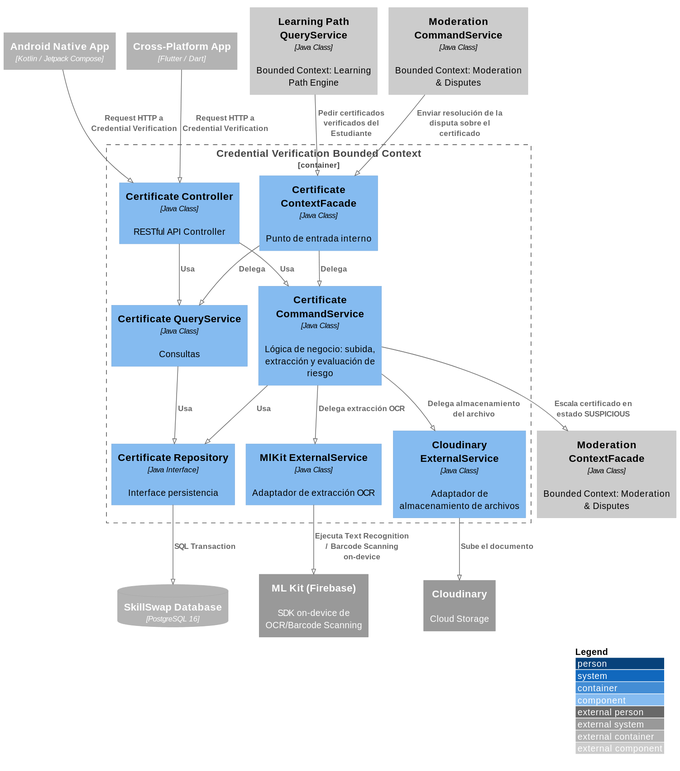
This is images-doc/CredentialVerificationComponent.svg from Aplicaciones-Dispositivos-Moviles/SkillSwap-ProjectReport, a PlantUML export, as it was before one commit. Its diagram source:
```plantuml
@startuml
!pragma layout smetana
!include https://raw.githubusercontent.com/plantuml-stdlib/C4-PlantUML/master/C4_Component.puml

LAYOUT_WITH_LEGEND()

Container_Ext(androidApp, "Android Native App", "Kotlin / Jetpack Compose")
Container_Ext(flutterApp, "Cross-Platform App", "Flutter / Dart")
ContainerDb_Ext(mainDB, "SkillSwap Database", "PostgreSQL 16")
System_Ext(mlKitService, "ML Kit (Firebase)", "SDK on-device de OCR/Barcode Scanning")
System_Ext(cloudStorage, "Cloudinary", "Cloud Storage")

Container_Boundary(credentialBC, "Credential Verification Bounded Context") {
    Component(certificateController, "Certificate Controller", "Java Class", "RESTful API Controller")
    Component(certificateCommandService, "Certificate CommandService", "Java Class", "Lógica de negocio: subida, extracción y evaluación de riesgo")
    Component(certificateQueryService, "Certificate QueryService", "Java Class", "Consultas")
    Component(certificateRepository, "Certificate Repository", "Java Interface", "Interface persistencia")
    Component(mlKitExtractorExternal, "MlKit ExternalService", "Java Class", "Adaptador de extracción OCR")
    Component(cloudinaryStorageExternal, "Cloudinary ExternalService", "Java Class", "Adaptador de almacenamiento de archivos")
    Component(certificateContextFacade, "Certificate ContextFacade", "Java Class", "Punto de entrada interno")
}

Component_Ext(moderationContextFacade, "Moderation ContextFacade", "Java Class", "Bounded Context: Moderation & Disputes")
Component_Ext(pathEngineQueryService, "Learning Path QueryService", "Java Class", "Bounded Context: Learning Path Engine")
Component_Ext(moderationCommandService, "Moderation CommandService", "Java Class", "Bounded Context: Moderation & Disputes")

Rel(androidApp, certificateController, "Request HTTP a Credential Verification")
Rel(flutterApp, certificateController, "Request HTTP a Credential Verification")
Rel(certificateController, certificateCommandService, "Usa")
Rel(certificateController, certificateQueryService, "Usa")
Rel(certificateCommandService, certificateRepository, "Usa")
Rel(certificateQueryService, certificateRepository, "Usa")
Rel(certificateRepository, mainDB, "SQL Transaction")

Rel(certificateCommandService, mlKitExtractorExternal, "Delega extracción OCR")
Rel(mlKitExtractorExternal, mlKitService, "Ejecuta Text Recognition / Barcode Scanning on-device")

Rel(certificateCommandService, cloudinaryStorageExternal, "Delega almacenamiento del archivo")
Rel(cloudinaryStorageExternal, cloudStorage, "Sube el documento")

Rel(certificateCommandService, moderationContextFacade, "Escala certificado en estado SUSPICIOUS")

Rel(certificateContextFacade, certificateCommandService, "Delega")
Rel(certificateContextFacade, certificateQueryService, "Delega")

Rel(pathEngineQueryService, certificateContextFacade, "Pedir certificados verificados del Estudiante")
Rel(moderationCommandService, certificateContextFacade, "Enviar resolución de la disputa sobre el certificado")
@enduml
```
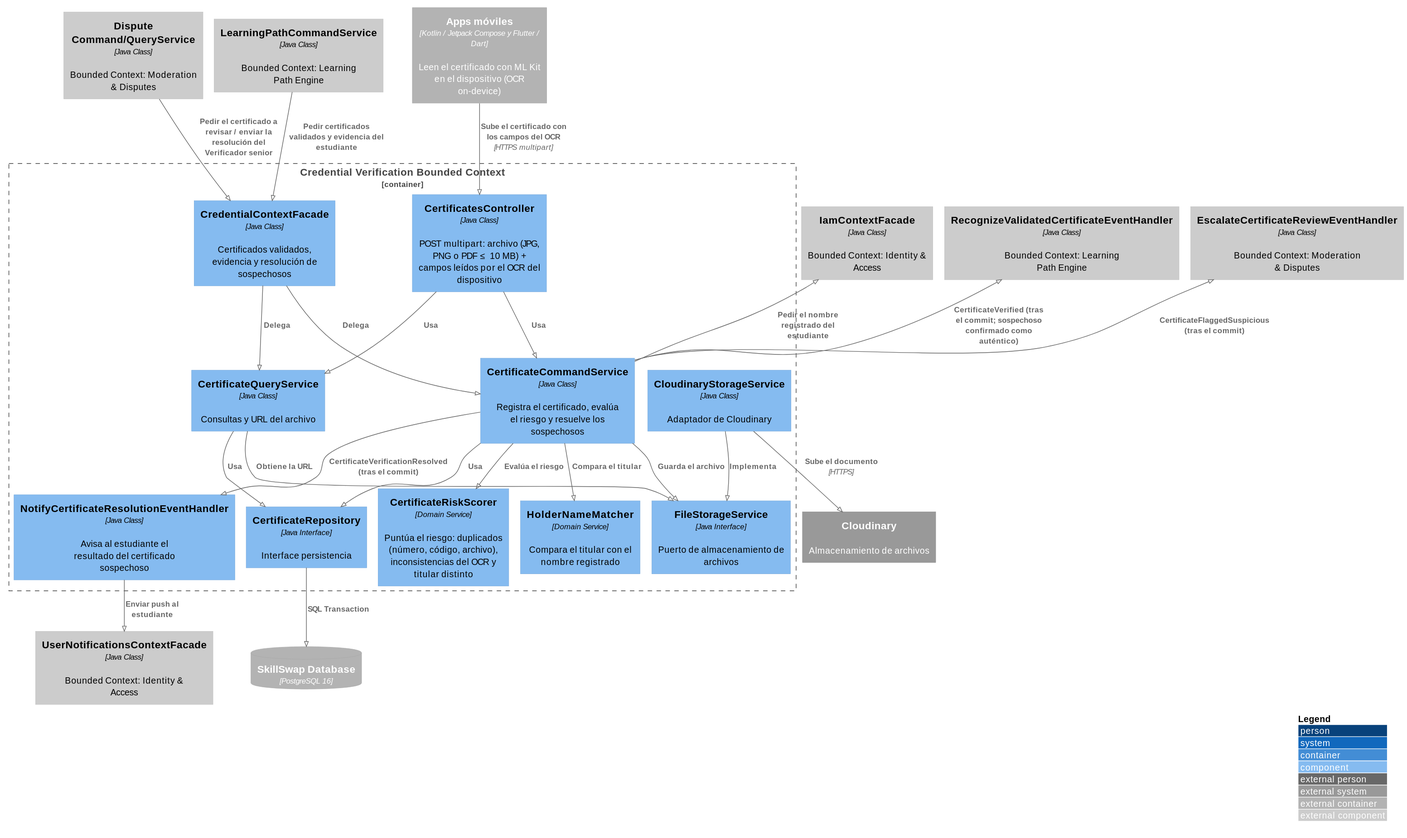
Above is the later version.

What changed in the source:
```diff
@@ -4,45 +4,52 @@
 
 LAYOUT_WITH_LEGEND()
 
-Container_Ext(androidApp, "Android Native App", "Kotlin / Jetpack Compose")
-Container_Ext(flutterApp, "Cross-Platform App", "Flutter / Dart")
+Container_Ext(mobileApps, "Apps móviles", "Kotlin / Jetpack Compose y Flutter / Dart", "Leen el certificado con ML Kit en el dispositivo (OCR on-device)")
 ContainerDb_Ext(mainDB, "SkillSwap Database", "PostgreSQL 16")
-System_Ext(mlKitService, "ML Kit (Firebase)", "SDK on-device de OCR/Barcode Scanning")
-System_Ext(cloudStorage, "Cloudinary", "Cloud Storage")
+System_Ext(cloudStorage, "Cloudinary", "Almacenamiento de archivos")
 
 Container_Boundary(credentialBC, "Credential Verification Bounded Context") {
-    Component(certificateController, "Certificate Controller", "Java Class", "RESTful API Controller")
-    Component(certificateCommandService, "Certificate CommandService", "Java Class", "Lógica de negocio: subida, extracción y evaluación de riesgo")
-    Component(certificateQueryService, "Certificate QueryService", "Java Class", "Consultas")
-    Component(certificateRepository, "Certificate Repository", "Java Interface", "Interface persistencia")
-    Component(mlKitExtractorExternal, "MlKit ExternalService", "Java Class", "Adaptador de extracción OCR")
-    Component(cloudinaryStorageExternal, "Cloudinary ExternalService", "Java Class", "Adaptador de almacenamiento de archivos")
-    Component(certificateContextFacade, "Certificate ContextFacade", "Java Class", "Punto de entrada interno")
+    Component(certificatesController, "CertificatesController", "Java Class", "POST multipart: archivo (JPG, PNG o PDF ≤ 10 MB) + campos leídos por el OCR del dispositivo")
+    Component(certificateCommandService, "CertificateCommandService", "Java Class", "Registra el certificado, evalúa el riesgo y resuelve los sospechosos")
+    Component(certificateQueryService, "CertificateQueryService", "Java Class", "Consultas y URL del archivo")
+    Component(riskScorer, "CertificateRiskScorer", "Domain Service", "Puntúa el riesgo: duplicados (número, código, archivo), inconsistencias del OCR y titular distinto")
+    Component(holderNameMatcher, "HolderNameMatcher", "Domain Service", "Compara el titular con el nombre registrado")
+    Component(fileStorage, "FileStorageService", "Java Interface", "Puerto de almacenamiento de archivos")
+    Component(cloudinaryAdapter, "CloudinaryStorageService", "Java Class", "Adaptador de Cloudinary")
+    Component(certificateRepository, "CertificateRepository", "Java Interface", "Interface persistencia")
+    Component(notifyHandler, "NotifyCertificateResolutionEventHandler", "Java Class", "Avisa al estudiante el resultado del certificado sospechoso")
+    Component(credentialFacade, "CredentialContextFacade", "Java Class", "Certificados validados, evidencia y resolución de sospechosos")
 }
 
-Component_Ext(moderationContextFacade, "Moderation ContextFacade", "Java Class", "Bounded Context: Moderation & Disputes")
-Component_Ext(pathEngineQueryService, "Learning Path QueryService", "Java Class", "Bounded Context: Learning Path Engine")
-Component_Ext(moderationCommandService, "Moderation CommandService", "Java Class", "Bounded Context: Moderation & Disputes")
+Component_Ext(iamFacade, "IamContextFacade", "Java Class", "Bounded Context: Identity & Access")
+Component_Ext(notificationsFacade, "UserNotificationsContextFacade", "Java Class", "Bounded Context: Identity & Access")
+Component_Ext(recognizeCertificateHandler, "RecognizeValidatedCertificateEventHandler", "Java Class", "Bounded Context: Learning Path Engine")
+Component_Ext(learningPathCommandService, "LearningPathCommandService", "Java Class", "Bounded Context: Learning Path Engine")
+Component_Ext(escalateHandler, "EscalateCertificateReviewEventHandler", "Java Class", "Bounded Context: Moderation & Disputes")
+Component_Ext(disputeServices, "Dispute Command/QueryService", "Java Class", "Bounded Context: Moderation & Disputes")
 
-Rel(androidApp, certificateController, "Request HTTP a Credential Verification")
-Rel(flutterApp, certificateController, "Request HTTP a Credential Verification")
-Rel(certificateController, certificateCommandService, "Usa")
-Rel(certificateController, certificateQueryService, "Usa")
+Rel(mobileApps, certificatesController, "Sube el certificado con los campos del OCR", "HTTPS multipart")
+Rel(certificatesController, certificateCommandService, "Usa")
+Rel(certificatesController, certificateQueryService, "Usa")
+
+Rel(certificateCommandService, riskScorer, "Evalúa el riesgo")
+Rel(certificateCommandService, holderNameMatcher, "Compara el titular")
+Rel_U(certificateCommandService, iamFacade, "Pedir el nombre registrado del estudiante")
+Rel(certificateCommandService, fileStorage, "Guarda el archivo")
+Rel(certificateQueryService, fileStorage, "Obtiene la URL")
+Rel(cloudinaryAdapter, fileStorage, "Implementa")
+Rel_D(cloudinaryAdapter, cloudStorage, "Sube el documento", "HTTPS")
 Rel(certificateCommandService, certificateRepository, "Usa")
 Rel(certificateQueryService, certificateRepository, "Usa")
 Rel(certificateRepository, mainDB, "SQL Transaction")
 
-Rel(certificateCommandService, mlKitExtractorExternal, "Delega extracción OCR")
-Rel(mlKitExtractorExternal, mlKitService, "Ejecuta Text Recognition / Barcode Scanning on-device")
+Rel_U(certificateCommandService, recognizeCertificateHandler, "CertificateVerified (tras el commit; sospechoso confirmado como auténtico)")
+Rel_U(certificateCommandService, escalateHandler, "CertificateFlaggedSuspicious (tras el commit)")
+Rel(certificateCommandService, notifyHandler, "CertificateVerificationResolved (tras el commit)")
+Rel(notifyHandler, notificationsFacade, "Enviar push al estudiante")
 
-Rel(certificateCommandService, cloudinaryStorageExternal, "Delega almacenamiento del archivo")
-Rel(cloudinaryStorageExternal, cloudStorage, "Sube el documento")
-
-Rel(certificateCommandService, moderationContextFacade, "Escala certificado en estado SUSPICIOUS")
-
-Rel(certificateContextFacade, certificateCommandService, "Delega")
-Rel(certificateContextFacade, certificateQueryService, "Delega")
-
-Rel(pathEngineQueryService, certificateContextFacade, "Pedir certificados verificados del Estudiante")
-Rel(moderationCommandService, certificateContextFacade, "Enviar resolución de la disputa sobre el certificado")
+Rel(credentialFacade, certificateCommandService, "Delega")
+Rel(credentialFacade, certificateQueryService, "Delega")
+Rel(learningPathCommandService, credentialFacade, "Pedir certificados validados y evidencia del estudiante")
+Rel(disputeServices, credentialFacade, "Pedir el certificado a revisar / enviar la resolución del Verificador senior")
 @enduml
```
